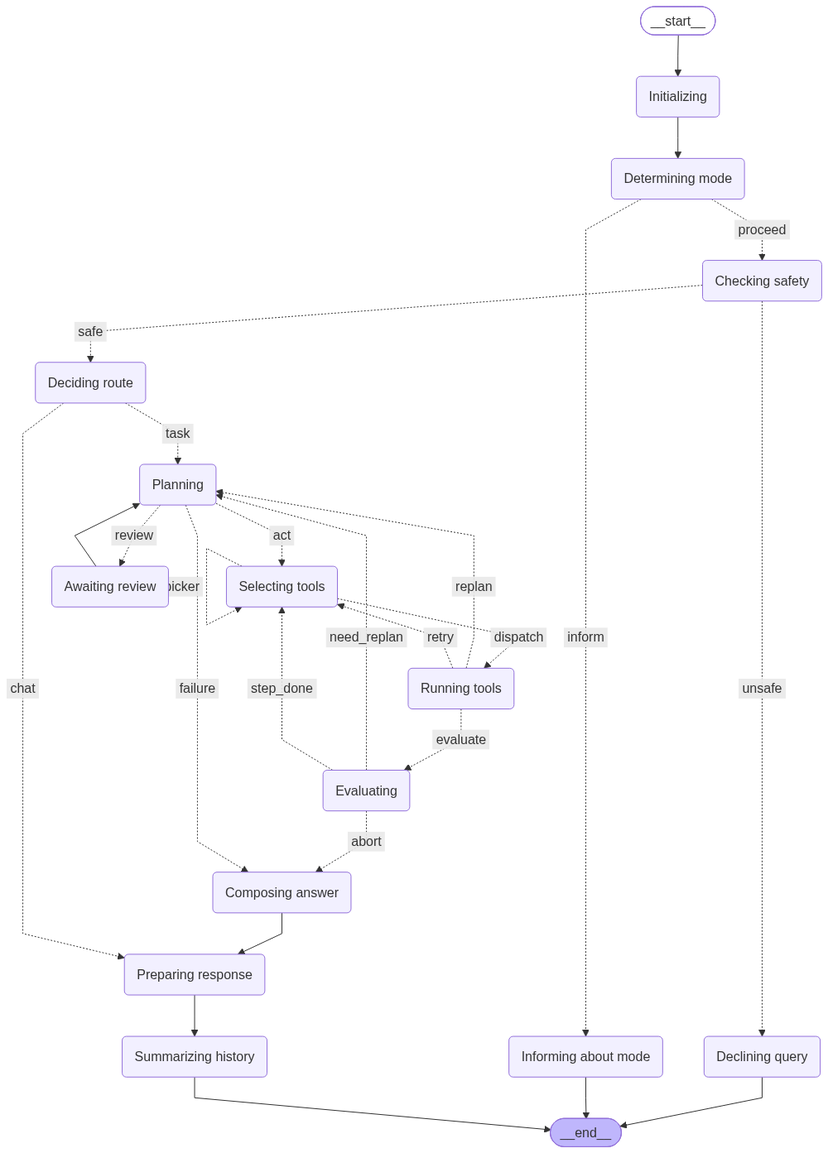
This is agent_pkg/example-configs/klea-agent-lang-graph.png from NeuroML/klea, a Mermaid export, as it was before one commit. Its source is kept beside it as agent_pkg/example-configs/klea-agent-lang-graph.mmd.
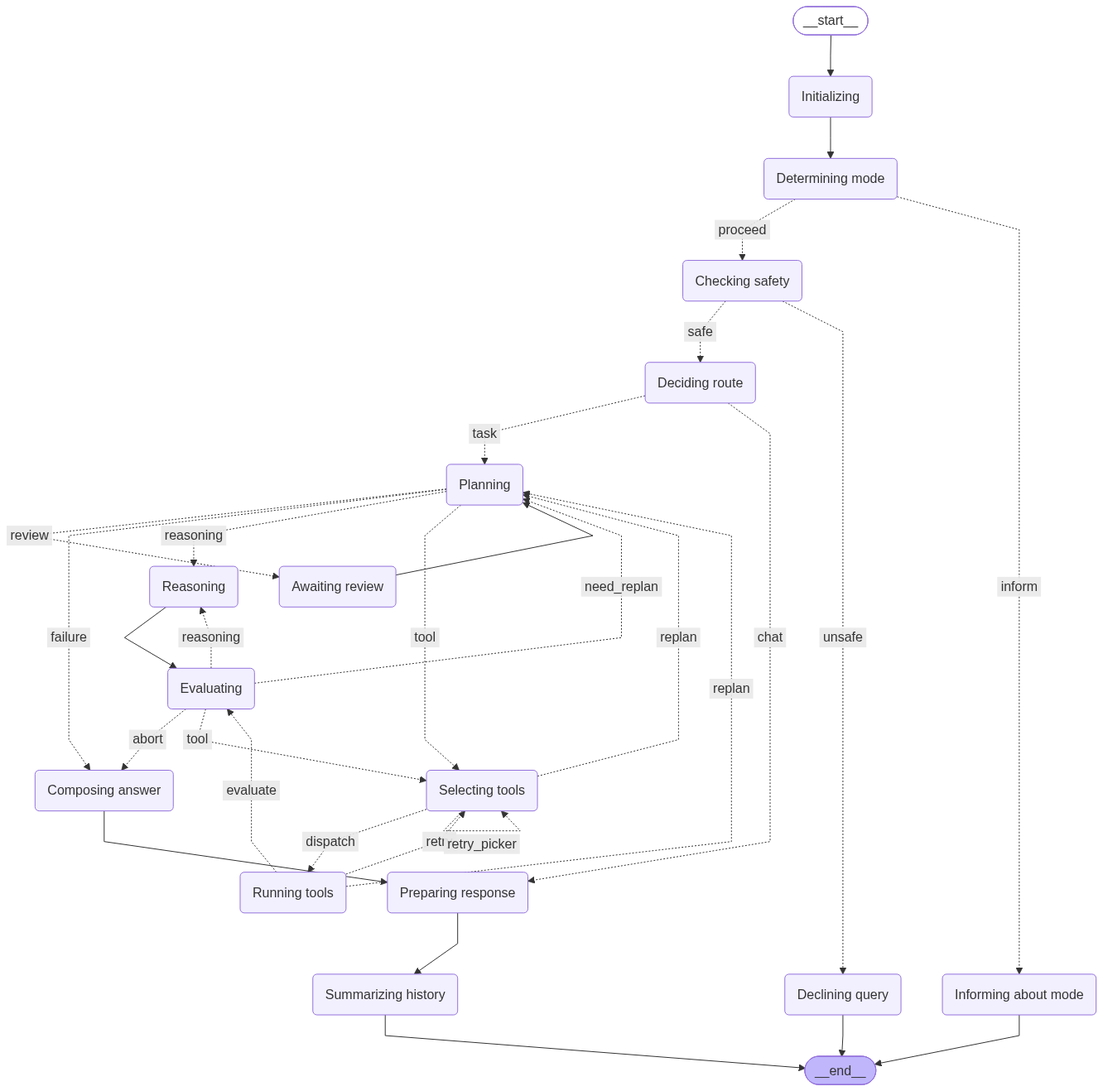
After the change.

Change to the diagram source:
```diff
@@ -14,6 +14,7 @@
 	Planning(Planning)
 	Selecting\20tools(Selecting tools)
 	Running\20tools(Running tools)
+	Reasoning(Reasoning)
 	Evaluating(Evaluating)
 	Composing\20answer(Composing answer)
 	Preparing\20response(Preparing response)
@@ -30,15 +31,19 @@
 	Determining\20mode -. &nbsp;inform&nbsp; .-> Informing\20about\20mode;
 	Evaluating -. &nbsp;abort&nbsp; .-> Composing\20answer;
 	Evaluating -. &nbsp;need_replan&nbsp; .-> Planning;
-	Evaluating -. &nbsp;step_done&nbsp; .-> Selecting\20tools;
+	Evaluating -. &nbsp;reasoning&nbsp; .-> Reasoning;
+	Evaluating -. &nbsp;tool&nbsp; .-> Selecting\20tools;
 	Initializing --> Determining\20mode;
 	Planning -. &nbsp;review&nbsp; .-> Awaiting\20review;
 	Planning -. &nbsp;failure&nbsp; .-> Composing\20answer;
-	Planning -. &nbsp;act&nbsp; .-> Selecting\20tools;
+	Planning -. &nbsp;reasoning&nbsp; .-> Reasoning;
+	Planning -. &nbsp;tool&nbsp; .-> Selecting\20tools;
 	Preparing\20response --> Summarizing\20history;
+	Reasoning --> Evaluating;
 	Running\20tools -. &nbsp;evaluate&nbsp; .-> Evaluating;
 	Running\20tools -. &nbsp;replan&nbsp; .-> Planning;
 	Running\20tools -. &nbsp;retry&nbsp; .-> Selecting\20tools;
+	Selecting\20tools -. &nbsp;replan&nbsp; .-> Planning;
 	Selecting\20tools -. &nbsp;dispatch&nbsp; .-> Running\20tools;
 	__start__ --> Initializing;
 	Declining\20query --> __end__;
```
